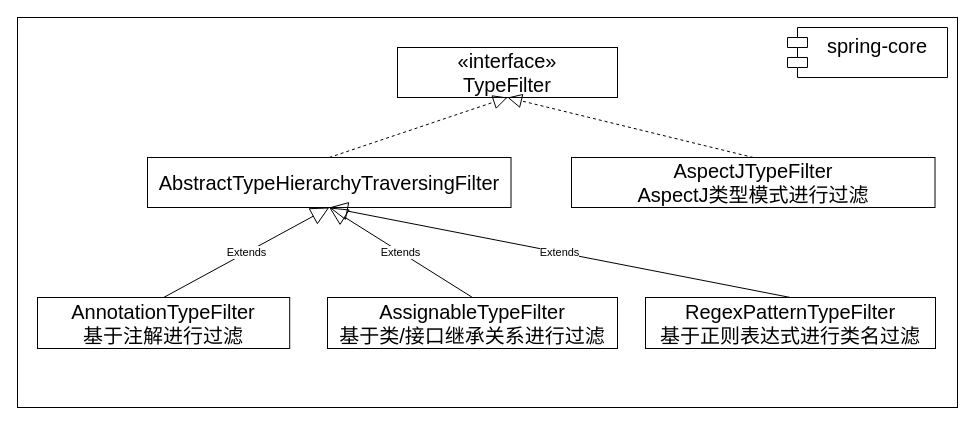
Above: dubbo-learning-doc/drawio/源码分析/3_Spring注册Bean定义/主要类图/类型过滤_TypeFilter类图.drawio in czwer/dubbo-learning (draw.io), before the change. Source tidied: cells renumbered, new cells numbered last; positions are measured from the earlier drawing's top-left corner, leaving out a move shared by most shapes. Both pictures are drawn from the tidied source at 100%, with x=0, y=0 at pixel (17, 17).
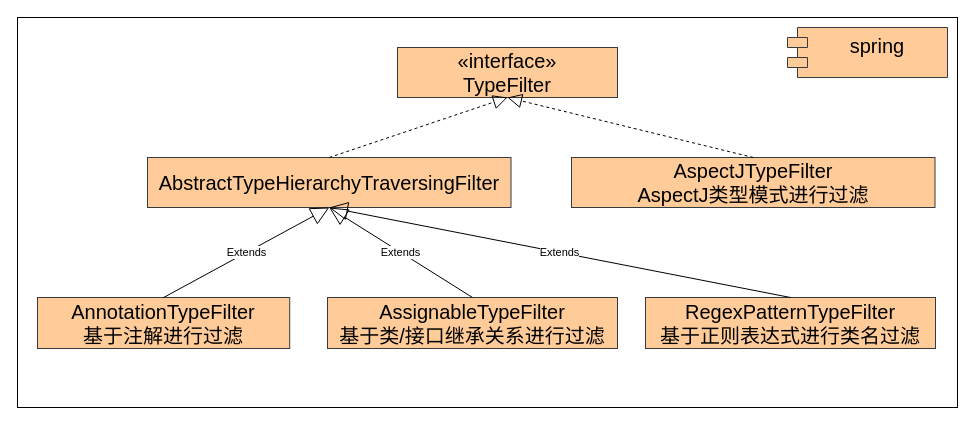
After the change.

Diff of the diagram source:
```diff
@@
 <mxGraphModel>
   <root>
     <mxCell id="0" />
     <mxCell id="1" parent="0" />
     <mxCell id="2" style="rounded=0;whiteSpace=wrap;html=1;" parent="1" vertex="1">
       <mxGeometry width="940" height="390" as="geometry" />
     </mxCell>
-    <mxCell id="3" value="«interface»&lt;br&gt;TypeFilter" style="html=1;whiteSpace=wrap;fontSize=20;fontStyle=0;" parent="1" vertex="1">
+    <mxCell id="3" value="«interface»&lt;br&gt;TypeFilter" style="html=1;whiteSpace=wrap;fontSize=20;fontStyle=0;fillColor=#ffcc99;strokeColor=#36393d;" parent="1" vertex="1">
       <mxGeometry x="380" y="30" width="220" height="50" as="geometry" />
     </mxCell>
-    <mxCell id="4" value="AnnotationTypeFilter&lt;div&gt;基于注解进行过滤&lt;br&gt;&lt;/div&gt;" style="html=1;whiteSpace=wrap;fontSize=20;verticalAlign=middle;align=center;" parent="1" vertex="1">
+    <mxCell id="4" value="AnnotationTypeFilter&lt;div&gt;基于注解进行过滤&lt;br&gt;&lt;/div&gt;" style="html=1;whiteSpace=wrap;fontSize=20;verticalAlign=middle;align=center;fillColor=#ffcc99;strokeColor=#36393d;" parent="1" vertex="1">
       <mxGeometry x="20" y="280" width="252.2" height="51" as="geometry" />
     </mxCell>
-    <mxCell id="5" value="AbstractTypeHierarchyTraversingFilter" style="html=1;whiteSpace=wrap;fontSize=20;" parent="1" vertex="1">
+    <mxCell id="5" value="AbstractTypeHierarchyTraversingFilter" style="html=1;whiteSpace=wrap;fontSize=20;fillColor=#ffcc99;strokeColor=#36393d;" parent="1" vertex="1">
       <mxGeometry x="130" y="140" width="363.5" height="50" as="geometry" />
     </mxCell>
     <mxCell id="6" style="endArrow=block;dashed=1;endFill=0;endSize=12;html=1;rounded=0;exitX=0.5;exitY=0;exitDx=0;exitDy=0;entryX=0.5;entryY=1;entryDx=0;entryDy=0;" parent="1" edge="1" source="5" target="3">
       <mxGeometry relative="1" as="geometry" />
     </mxCell>
     <mxCell id="7" value="Extends" style="endArrow=block;endSize=16;endFill=0;html=1;rounded=0;exitX=0.5;exitY=0;exitDx=0;exitDy=0;entryX=0.5;entryY=1;entryDx=0;entryDy=0;" parent="1" edge="1" source="4" target="5">
       <mxGeometry relative="1" as="geometry" />
     </mxCell>
-    <mxCell id="8" value="spring-core&lt;div&gt;&lt;br&gt;&lt;/div&gt;" style="shape=module;align=left;spacingLeft=20;align=center;verticalAlign=top;whiteSpace=wrap;html=1;fontSize=20;" parent="1" vertex="1">
+    <mxCell id="8" value="spring&lt;div&gt;&lt;br&gt;&lt;/div&gt;" style="shape=module;align=left;spacingLeft=20;align=center;verticalAlign=top;whiteSpace=wrap;html=1;fontSize=20;fillColor=#ffcc99;strokeColor=#36393d;" parent="1" vertex="1">
       <mxGeometry x="770" y="10" width="160" height="50" as="geometry" />
     </mxCell>
-    <mxCell id="9" value="AssignableTypeFilter&lt;div&gt;基于类/接口继承关系进行过滤&lt;/div&gt;" style="html=1;whiteSpace=wrap;fontSize=20;verticalAlign=middle;align=center;" parent="1" vertex="1">
+    <mxCell id="9" value="AssignableTypeFilter&lt;div&gt;基于类/接口继承关系进行过滤&lt;/div&gt;" style="html=1;whiteSpace=wrap;fontSize=20;verticalAlign=middle;align=center;fillColor=#ffcc99;strokeColor=#36393d;" parent="1" vertex="1">
       <mxGeometry x="310" y="280" width="290" height="51" as="geometry" />
     </mxCell>
     <mxCell id="10" value="Extends" style="endArrow=block;endSize=16;endFill=0;html=1;rounded=0;exitX=0.5;exitY=0;exitDx=0;exitDy=0;entryX=0.5;entryY=1;entryDx=0;entryDy=0;" parent="1" edge="1" source="9" target="5">
       <mxGeometry relative="1" as="geometry" />
     </mxCell>
-    <mxCell id="11" value="AspectJTypeFilter&lt;div&gt;AspectJ类型模式进行过滤&lt;br&gt;&lt;/div&gt;" style="html=1;whiteSpace=wrap;fontSize=20;" parent="1" vertex="1">
+    <mxCell id="11" value="AspectJTypeFilter&lt;div&gt;AspectJ类型模式进行过滤&lt;br&gt;&lt;/div&gt;" style="html=1;whiteSpace=wrap;fontSize=20;fillColor=#ffcc99;strokeColor=#36393d;" parent="1" vertex="1">
       <mxGeometry x="554" y="140" width="363.5" height="50" as="geometry" />
     </mxCell>
     <mxCell id="12" style="endArrow=block;dashed=1;endFill=0;endSize=12;html=1;rounded=0;exitX=0.5;exitY=0;exitDx=0;exitDy=0;entryX=0.5;entryY=1;entryDx=0;entryDy=0;" parent="1" edge="1" source="11" target="3">
       <mxGeometry relative="1" as="geometry" />
     </mxCell>
-    <mxCell id="13" value="RegexPatternTypeFilter&lt;div&gt;基于正则表达式进行类名过滤&lt;/div&gt;" style="html=1;whiteSpace=wrap;fontSize=20;verticalAlign=middle;align=center;" parent="1" vertex="1">
+    <mxCell id="13" value="RegexPatternTypeFilter&lt;div&gt;基于正则表达式进行类名过滤&lt;/div&gt;" style="html=1;whiteSpace=wrap;fontSize=20;verticalAlign=middle;align=center;fillColor=#ffcc99;strokeColor=#36393d;" parent="1" vertex="1">
       <mxGeometry x="628" y="280" width="290" height="51" as="geometry" />
     </mxCell>
     <mxCell id="14" value="Extends" style="endArrow=block;endSize=16;endFill=0;html=1;rounded=0;exitX=0.5;exitY=0;exitDx=0;exitDy=0;entryX=0.5;entryY=1;entryDx=0;entryDy=0;" parent="1" edge="1" source="13" target="5">
       <mxGeometry relative="1" as="geometry" />
     </mxCell>
   </root>
 </mxGraphModel>
```
